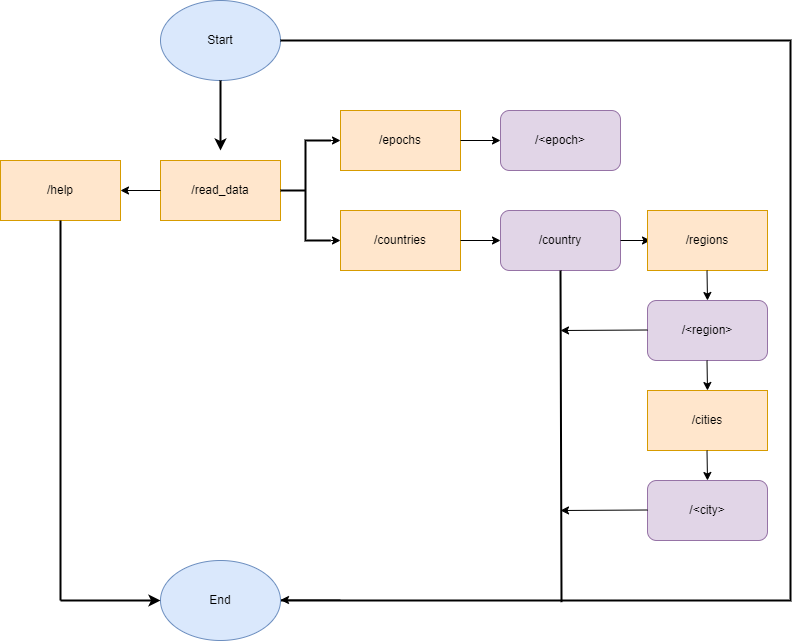
Above: homework07/software_diagram.png in jasonthekim/coe332-homework (draw.io), before the change. Source tidied: cells renumbered, new cells last; positions are measured from the earlier drawing's top-left corner, leaving out a move shared by most shapes. Its diagram source:
```xml
<mxGraphModel>
  <root>
    <mxCell id="0" />
    <mxCell id="1" parent="0" />
    <mxCell id="2" value="Start" style="ellipse;whiteSpace=wrap;html=1;fillColor=#dae8fc;strokeColor=#6c8ebf;" parent="1" vertex="1">
      <mxGeometry x="160" width="120" height="80" as="geometry" />
    </mxCell>
    <mxCell id="3" style="endArrow=classic;html=1;rounded=0;strokeWidth=2;" parent="1" edge="1" source="2">
      <mxGeometry relative="1" as="geometry">
        <mxPoint x="220" y="150" as="targetPoint" />
      </mxGeometry>
    </mxCell>
    <mxCell id="4" value="/read_data" style="rounded=0;whiteSpace=wrap;html=1;fillColor=#ffe6cc;strokeColor=#d79b00;" parent="1" vertex="1">
      <mxGeometry x="160" y="160" width="120" height="60" as="geometry" />
    </mxCell>
    <mxCell id="5" style="endArrow=classic;html=1;rounded=0;" parent="1" edge="1">
      <mxGeometry relative="1" as="geometry">
        <mxPoint x="160" y="190" as="sourcePoint" />
        <mxPoint x="120" y="190" as="targetPoint" />
      </mxGeometry>
    </mxCell>
    <mxCell id="6" value="/help" style="rounded=0;whiteSpace=wrap;html=1;fillColor=#ffe6cc;strokeColor=#d79b00;" parent="1" vertex="1">
      <mxGeometry y="160" width="120" height="60" as="geometry" />
    </mxCell>
    <mxCell id="7" style="strokeWidth=2;html=1;shape=mxgraph.flowchart.annotation_2;align=left;labelPosition=right;" parent="1" vertex="1">
      <mxGeometry x="280" y="140" width="50" height="100" as="geometry" />
    </mxCell>
    <mxCell id="8" style="endArrow=classic;html=1;rounded=0;" parent="1" edge="1">
      <mxGeometry relative="1" as="geometry">
        <mxPoint x="310" y="140" as="sourcePoint" />
        <mxPoint x="340" y="140" as="targetPoint" />
      </mxGeometry>
    </mxCell>
    <mxCell id="9" style="endArrow=classic;html=1;rounded=0;" parent="1" edge="1">
      <mxGeometry relative="1" as="geometry">
        <mxPoint x="330" y="240" as="sourcePoint" />
        <mxPoint x="340" y="240" as="targetPoint" />
      </mxGeometry>
    </mxCell>
    <mxCell id="10" value="/epochs" style="rounded=0;whiteSpace=wrap;html=1;fillColor=#ffe6cc;strokeColor=#d79b00;" parent="1" vertex="1">
      <mxGeometry x="340" y="110" width="120" height="60" as="geometry" />
    </mxCell>
    <mxCell id="11" style="endArrow=classic;html=1;rounded=0;" parent="1" edge="1">
      <mxGeometry relative="1" as="geometry">
        <mxPoint x="460" y="140" as="sourcePoint" />
        <mxPoint x="500" y="140" as="targetPoint" />
      </mxGeometry>
    </mxCell>
    <mxCell id="12" value="/&amp;lt;epoch&amp;gt;" style="rounded=1;whiteSpace=wrap;html=1;fillColor=#e1d5e7;strokeColor=#9673a6;" parent="1" vertex="1">
      <mxGeometry x="500" y="110" width="120" height="60" as="geometry" />
    </mxCell>
    <mxCell id="13" value="/countries" style="rounded=0;whiteSpace=wrap;html=1;fillColor=#ffe6cc;strokeColor=#d79b00;" parent="1" vertex="1">
      <mxGeometry x="340" y="210" width="120" height="60" as="geometry" />
    </mxCell>
    <mxCell id="14" value="/country" style="rounded=1;whiteSpace=wrap;html=1;fillColor=#e1d5e7;strokeColor=#9673a6;" parent="1" vertex="1">
      <mxGeometry x="500" y="210" width="120" height="60" as="geometry" />
    </mxCell>
    <mxCell id="15" style="endArrow=classic;html=1;rounded=0;" parent="1" edge="1">
      <mxGeometry relative="1" as="geometry">
        <mxPoint x="460" y="240" as="sourcePoint" />
        <mxPoint x="500" y="240" as="targetPoint" />
      </mxGeometry>
    </mxCell>
    <mxCell id="16" style="endArrow=classic;html=1;rounded=0;" parent="1" edge="1">
      <mxGeometry relative="1" as="geometry">
        <mxPoint x="620" y="240" as="sourcePoint" />
        <mxPoint x="650" y="240" as="targetPoint" />
      </mxGeometry>
    </mxCell>
    <mxCell id="17" value="/regions" style="rounded=0;whiteSpace=wrap;html=1;fillColor=#ffe6cc;strokeColor=#d79b00;" parent="1" vertex="1">
      <mxGeometry x="647" y="210" width="120" height="60" as="geometry" />
    </mxCell>
    <mxCell id="18" style="endArrow=classic;html=1;rounded=0;" parent="1" edge="1">
      <mxGeometry relative="1" as="geometry">
        <mxPoint x="706.5" y="270" as="sourcePoint" />
        <mxPoint x="707" y="300" as="targetPoint" />
      </mxGeometry>
    </mxCell>
    <mxCell id="19" value="/&amp;lt;region&amp;gt;" style="rounded=1;whiteSpace=wrap;html=1;fillColor=#e1d5e7;strokeColor=#9673a6;" parent="1" vertex="1">
      <mxGeometry x="647" y="300" width="120" height="60" as="geometry" />
    </mxCell>
    <mxCell id="20" style="endArrow=classic;html=1;rounded=0;" parent="1" edge="1">
      <mxGeometry relative="1" as="geometry">
        <mxPoint x="706.5" y="360" as="sourcePoint" />
        <mxPoint x="707" y="390" as="targetPoint" />
      </mxGeometry>
    </mxCell>
    <mxCell id="21" value="/cities" style="rounded=0;whiteSpace=wrap;html=1;fillColor=#ffe6cc;strokeColor=#d79b00;" parent="1" vertex="1">
      <mxGeometry x="647" y="390" width="120" height="60" as="geometry" />
    </mxCell>
    <mxCell id="22" style="endArrow=classic;html=1;rounded=0;" parent="1" edge="1">
      <mxGeometry relative="1" as="geometry">
        <mxPoint x="706.5" y="450" as="sourcePoint" />
        <mxPoint x="707" y="480" as="targetPoint" />
      </mxGeometry>
    </mxCell>
    <mxCell id="23" value="/&amp;lt;city&amp;gt;" style="rounded=1;whiteSpace=wrap;html=1;fillColor=#e1d5e7;strokeColor=#9673a6;" parent="1" vertex="1">
      <mxGeometry x="647" y="480" width="120" height="60" as="geometry" />
    </mxCell>
    <mxCell id="24" style="strokeWidth=2;html=1;shape=mxgraph.flowchart.annotation_1;align=left;rounded=1;direction=west;" parent="1" vertex="1">
      <mxGeometry x="280" y="40" width="510" height="560" as="geometry" />
    </mxCell>
    <mxCell id="25" value="End" style="ellipse;whiteSpace=wrap;html=1;rounded=1;fillColor=#dae8fc;strokeColor=#6c8ebf;" parent="1" vertex="1">
      <mxGeometry x="160" y="560" width="120" height="80" as="geometry" />
    </mxCell>
    <mxCell id="26" style="endArrow=classic;html=1;rounded=0;" parent="1" edge="1">
      <mxGeometry relative="1" as="geometry">
        <mxPoint x="340" y="599.5" as="sourcePoint" />
        <mxPoint x="280" y="599.5" as="targetPoint" />
      </mxGeometry>
    </mxCell>
    <mxCell id="27" style="endArrow=none;html=1;rounded=0;exitX=0.449;exitY=-0.003;exitDx=0;exitDy=0;exitPerimeter=0;strokeWidth=2;" parent="1" edge="1" source="24">
      <mxGeometry relative="1" as="geometry">
        <mxPoint x="560" y="270" as="targetPoint" />
      </mxGeometry>
    </mxCell>
    <mxCell id="28" style="endArrow=classic;html=1;rounded=0;" parent="1" edge="1">
      <mxGeometry relative="1" as="geometry">
        <mxPoint x="647" y="329.5" as="sourcePoint" />
        <mxPoint x="560" y="330" as="targetPoint" />
      </mxGeometry>
    </mxCell>
    <mxCell id="29" style="endArrow=classic;html=1;rounded=0;" parent="1" edge="1">
      <mxGeometry relative="1" as="geometry">
        <mxPoint x="647" y="509.5" as="sourcePoint" />
        <mxPoint x="560" y="510" as="targetPoint" />
      </mxGeometry>
    </mxCell>
    <mxCell id="30" style="endArrow=none;html=1;rounded=0;entryX=0.5;entryY=1;entryDx=0;entryDy=0;strokeWidth=2;" parent="1" edge="1" target="6">
      <mxGeometry relative="1" as="geometry">
        <mxPoint x="60" y="600" as="sourcePoint" />
      </mxGeometry>
    </mxCell>
    <mxCell id="31" style="endArrow=classic;html=1;rounded=0;entryX=0;entryY=0.5;entryDx=0;entryDy=0;strokeWidth=2;" parent="1" edge="1" target="25">
      <mxGeometry relative="1" as="geometry">
        <mxPoint x="60" y="600" as="sourcePoint" />
      </mxGeometry>
    </mxCell>
  </root>
</mxGraphModel>
```
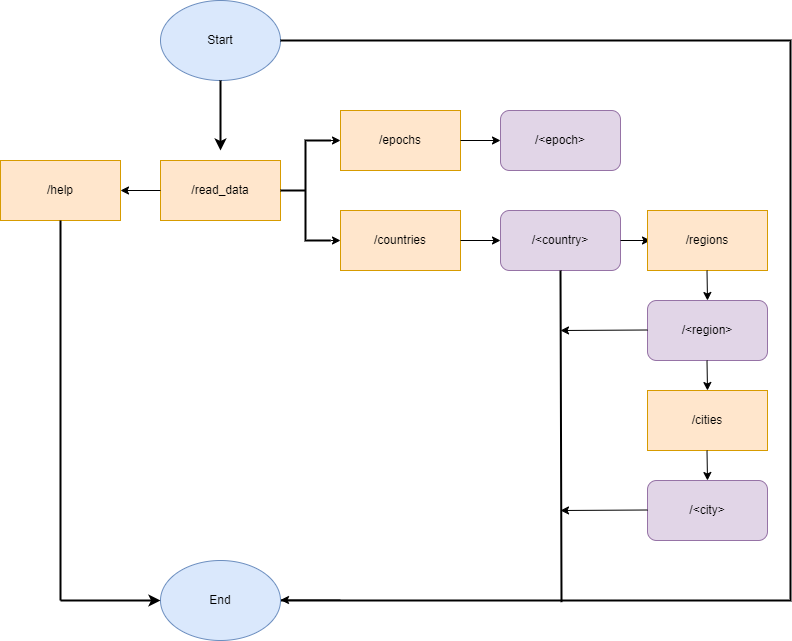
After the commit.

What changed in the source:
```diff
@@ -52,7 +52,7 @@
     <mxCell id="13" value="/countries" style="rounded=0;whiteSpace=wrap;html=1;fillColor=#ffe6cc;strokeColor=#d79b00;" parent="1" vertex="1">
       <mxGeometry x="340" y="210" width="120" height="60" as="geometry" />
     </mxCell>
-    <mxCell id="14" value="/country" style="rounded=1;whiteSpace=wrap;html=1;fillColor=#e1d5e7;strokeColor=#9673a6;" parent="1" vertex="1">
+    <mxCell id="14" value="/&amp;lt;country&amp;gt;" style="rounded=1;whiteSpace=wrap;html=1;fillColor=#e1d5e7;strokeColor=#9673a6;" parent="1" vertex="1">
       <mxGeometry x="500" y="210" width="120" height="60" as="geometry" />
     </mxCell>
     <mxCell id="15" style="endArrow=classic;html=1;rounded=0;" parent="1" edge="1">
```
